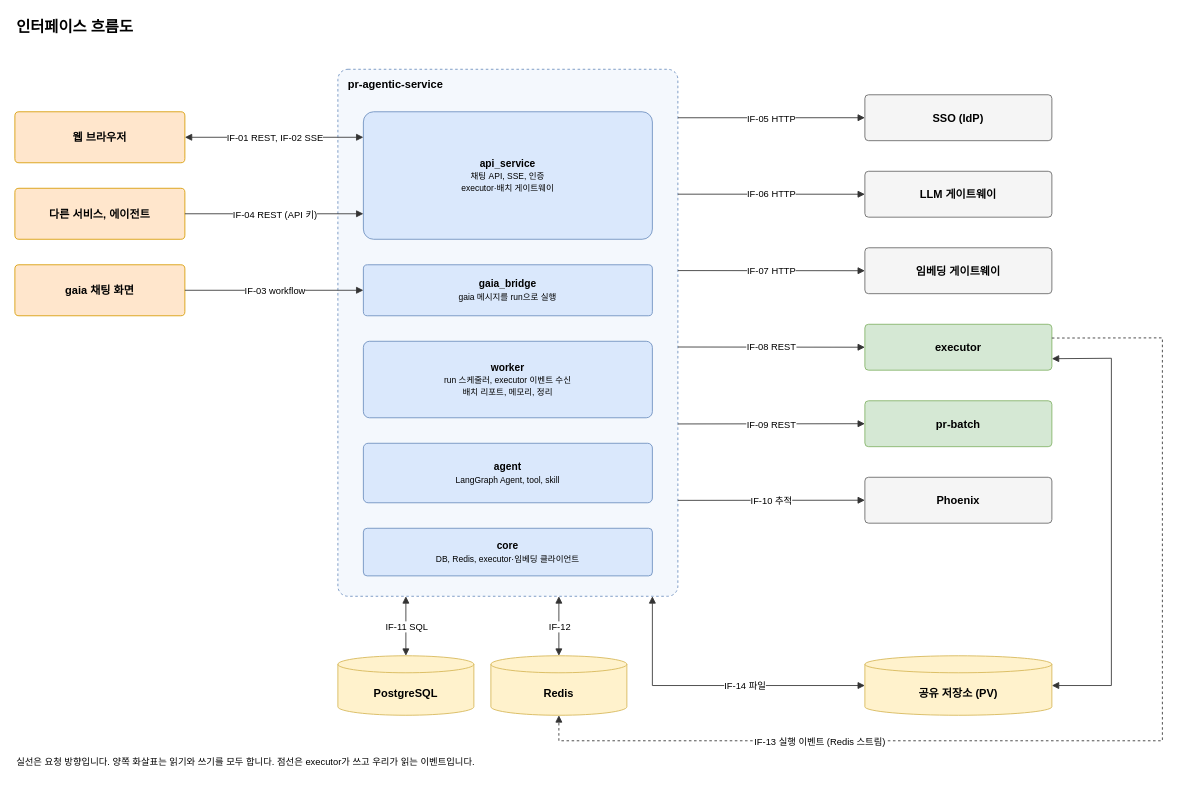
Earlier version of the draw.io diagram page "인터페이스 흐름도" (2 of 2) of docs/deliverables/diagrams/09-ops-sw-interface.drawio (KimHwaJin/pr-agentic-service). Source tidied: cells renumbered, new cells numbered last; positions are measured from the earlier drawing's top-left corner, leaving out a move shared by most shapes. Both pictures are drawn from the tidied source at 85%, with x=0, y=0 at pixel (14, 14).
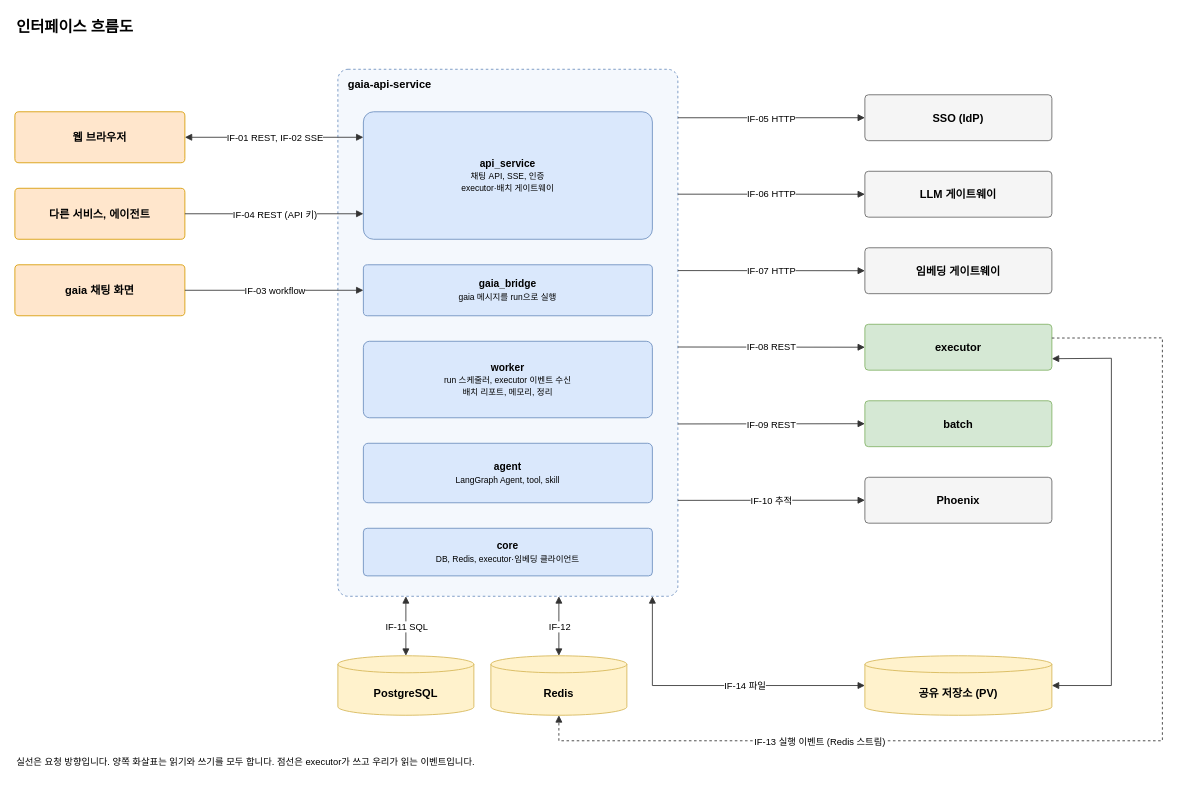
After the change.

Diff of the diagram source:
```diff
@@
-    <mxCell id="6" value="&lt;b&gt;pr-agentic-service&lt;/b&gt;" style="html=1;whiteSpace=wrap;fontFamily=Helvetica;fontSize=13;rounded=1;arcSize=3;dashed=1;fillColor=#f4f8fd;strokeColor=#6c8ebf;verticalAlign=top;align=left;spacingLeft=10;spacingRight=10;spacingTop=4;" parent="1" vertex="1">
+    <mxCell id="6" value="&lt;b&gt;gaia-api-service&lt;/b&gt;" style="html=1;whiteSpace=wrap;fontFamily=Helvetica;fontSize=13;rounded=1;arcSize=3;dashed=1;fillColor=#f4f8fd;strokeColor=#6c8ebf;verticalAlign=top;align=left;spacingLeft=10;spacingRight=10;spacingTop=4;" parent="1" vertex="1">
       <mxGeometry x="380" y="64" width="400" height="620" as="geometry" />
     </mxCell>
@@
-    <mxCell id="16" value="&lt;b&gt;pr-batch&lt;/b&gt;" style="html=1;whiteSpace=wrap;fontFamily=Helvetica;fontSize=13;rounded=1;arcSize=8;fillColor=#d5e8d4;strokeColor=#82b366;align=center;" parent="1" vertex="1">
+    <mxCell id="16" value="&lt;b&gt;batch&lt;/b&gt;" style="html=1;whiteSpace=wrap;fontFamily=Helvetica;fontSize=13;rounded=1;arcSize=8;fillColor=#d5e8d4;strokeColor=#82b366;align=center;" parent="1" vertex="1">
       <mxGeometry x="1000" y="454" width="220" height="54" as="geometry" />
     </mxCell>
```
